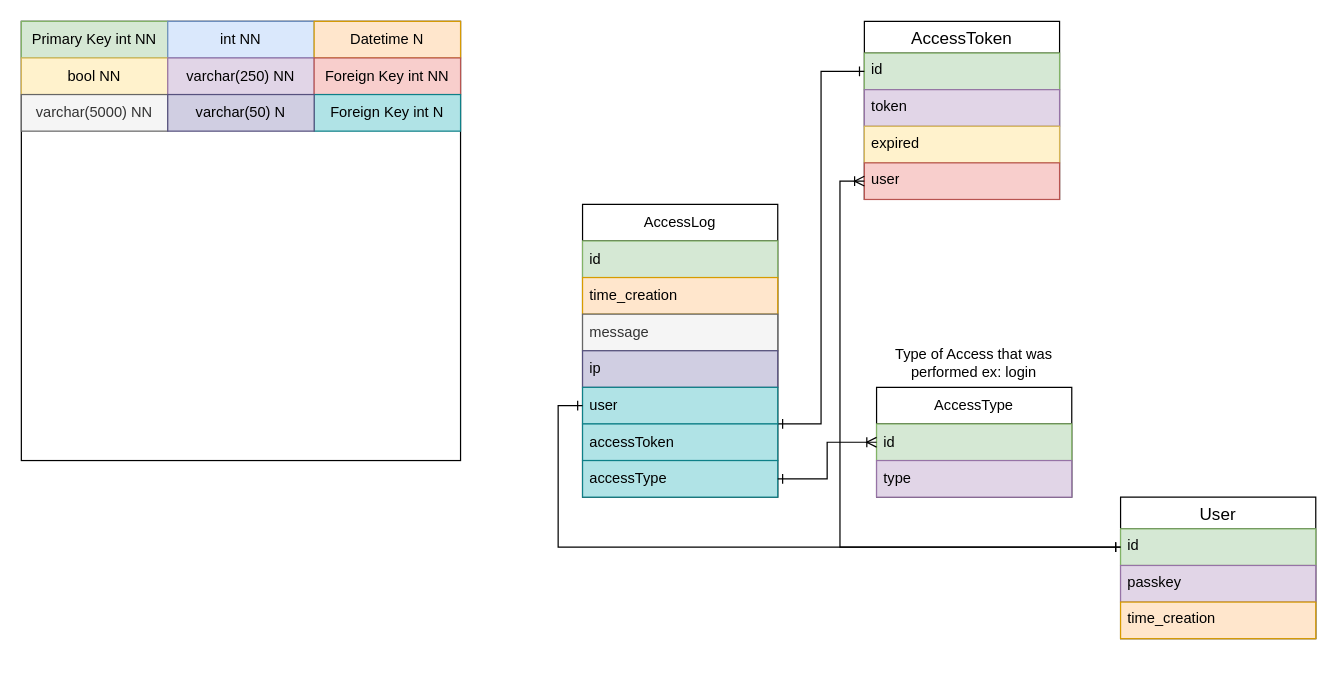
The draw.io diagram Database/DatabaseDiagram.drawio in ZeilingerAlexander/FileServer_NodeJS, before the edit. Source tidied: cells renumbered, new cells numbered last; positions are measured from the earlier drawing's top-left corner, leaving out a move shared by most shapes. Both pictures are drawn from the tidied source at 122%, with x=0, y=0 at pixel (21, 21).
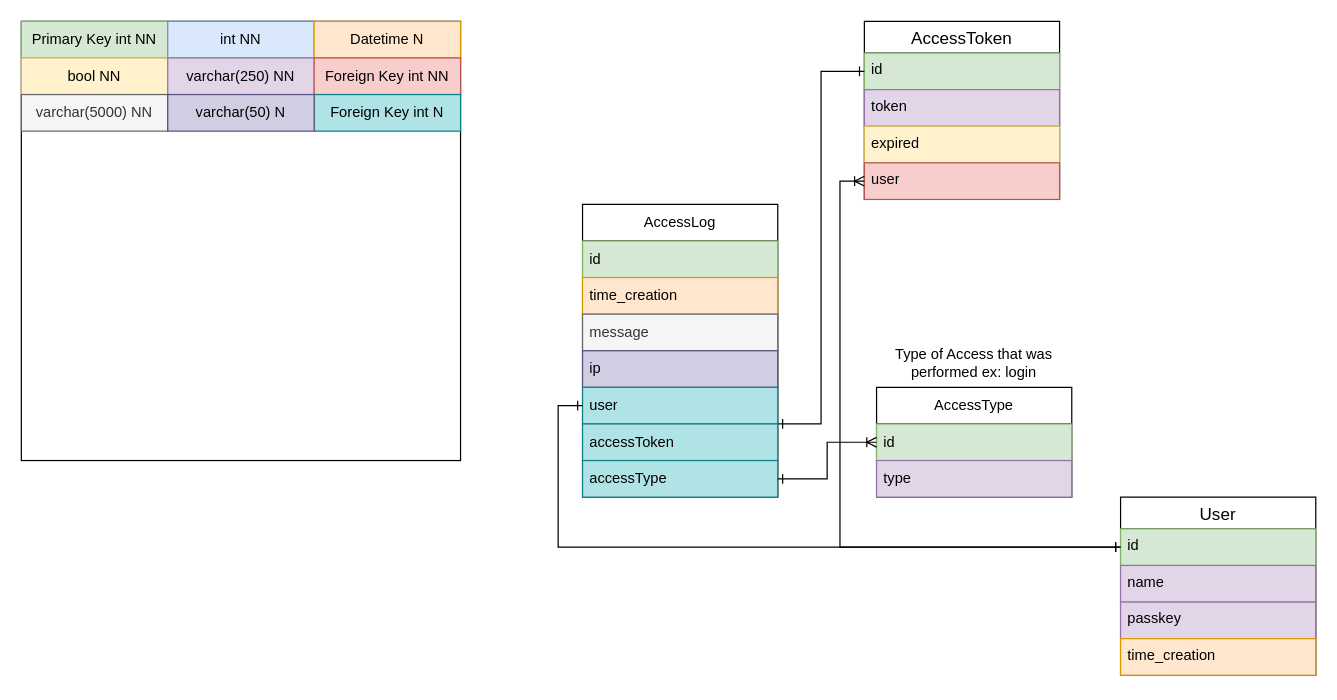
Above is the later version.

Commit message:
add name to user table

Diff of the diagram source:
```diff
@@
     <mxCell id="2" value="User" style="swimlane;fontStyle=0;horizontal=1;startSize=26;align=center;fontSize=14;" parent="1" vertex="1">
-      <mxGeometry x="901" y="390" width="160" height="116" as="geometry" />
+      <mxGeometry x="901" y="390" width="160" height="146" as="geometry" />
     </mxCell>
@@
+    <mxCell id="37" value="name" style="text;strokeColor=#9673a6;fillColor=#e1d5e7;spacingLeft=4;spacingRight=4;overflow=hidden;fontSize=12;whiteSpace=wrap;html=1;" parent="2" vertex="1">
+      <mxGeometry y="56" width="160" height="30" as="geometry" />
+    </mxCell>
     <mxCell id="4" value="passkey" style="text;strokeColor=#9673a6;fillColor=#e1d5e7;spacingLeft=4;spacingRight=4;overflow=hidden;fontSize=12;whiteSpace=wrap;html=1;" parent="2" vertex="1">
-      <mxGeometry y="56" width="160" height="30" as="geometry" />
+      <mxGeometry y="86" width="160" height="30" as="geometry" />
     </mxCell>
     <mxCell id="5" value="time_creation" style="text;strokeColor=#d79b00;fillColor=#ffe6cc;spacingLeft=4;spacingRight=4;overflow=hidden;fontSize=12;whiteSpace=wrap;html=1;" parent="2" vertex="1">
-      <mxGeometry y="86" width="160" height="30" as="geometry" />
+      <mxGeometry y="116" width="160" height="30" as="geometry" />
     </mxCell>
```
